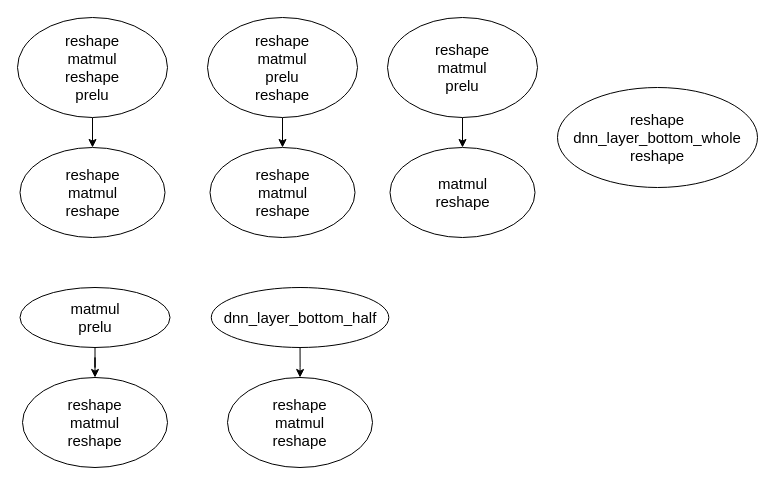
This is delay.drawio from ABigDoge/MyDiagrams, a draw.io file, before an edit. Source tidied: cells renumbered, new cells numbered last; positions are measured from the earlier drawing's top-left corner, leaving out a move shared by most shapes. Both pictures are drawn from the tidied source at 100%, with x=0, y=0 at pixel (17, 17).
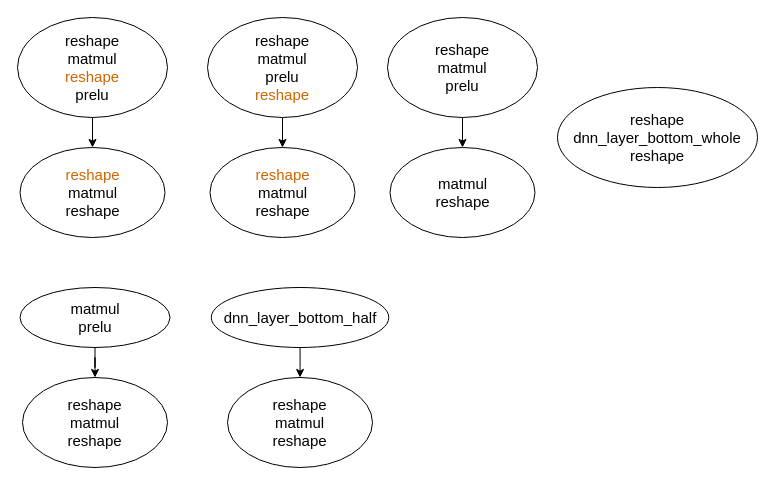
After the change.

Diff of the diagram source:
```diff
@@
 <mxGraphModel>
   <root>
     <mxCell id="0" />
     <mxCell id="1" parent="0" />
     <mxCell id="2" style="edgeStyle=orthogonalEdgeStyle;rounded=0;jettySize=auto;html=1;" parent="1" edge="1" source="3" target="4">
       <mxGeometry relative="1" as="geometry" />
     </mxCell>
-    <mxCell id="3" value="&lt;font style=&quot;font-size: 15px;&quot;&gt;reshape&lt;/font&gt;&lt;div&gt;&lt;font style=&quot;font-size: 15px;&quot;&gt;matmul&lt;/font&gt;&lt;/div&gt;&lt;div&gt;&lt;font style=&quot;font-size: 15px;&quot;&gt;reshape&lt;/font&gt;&lt;/div&gt;&lt;div&gt;&lt;font style=&quot;font-size: 15px;&quot;&gt;prelu&lt;/font&gt;&lt;/div&gt;" style="ellipse;whiteSpace=wrap;html=1;" parent="1" vertex="1">
+    <mxCell id="3" value="&lt;font style=&quot;font-size: 15px;&quot;&gt;reshape&lt;/font&gt;&lt;div&gt;&lt;font style=&quot;font-size: 15px;&quot;&gt;matmul&lt;/font&gt;&lt;/div&gt;&lt;div&gt;&lt;font style=&quot;font-size: 15px; color: rgb(204, 102, 0);&quot;&gt;reshape&lt;/font&gt;&lt;/div&gt;&lt;div&gt;&lt;font style=&quot;font-size: 15px;&quot;&gt;prelu&lt;/font&gt;&lt;/div&gt;" style="ellipse;whiteSpace=wrap;html=1;" parent="1" vertex="1">
       <mxGeometry width="150" height="100" as="geometry" />
     </mxCell>
-    <mxCell id="4" value="&lt;font style=&quot;font-size: 15px;&quot;&gt;reshape&lt;/font&gt;&lt;div&gt;&lt;font style=&quot;font-size: 15px;&quot;&gt;matmul&lt;/font&gt;&lt;/div&gt;&lt;div&gt;&lt;font style=&quot;font-size: 15px;&quot;&gt;reshape&lt;/font&gt;&lt;/div&gt;" style="ellipse;whiteSpace=wrap;html=1;" parent="1" vertex="1">
+    <mxCell id="4" value="&lt;font style=&quot;font-size: 15px; color: rgb(204, 102, 0);&quot;&gt;reshape&lt;/font&gt;&lt;div&gt;&lt;font style=&quot;font-size: 15px;&quot;&gt;matmul&lt;/font&gt;&lt;/div&gt;&lt;div&gt;&lt;font style=&quot;font-size: 15px;&quot;&gt;reshape&lt;/font&gt;&lt;/div&gt;" style="ellipse;whiteSpace=wrap;html=1;" parent="1" vertex="1">
       <mxGeometry x="2.5" y="130" width="145" height="90" as="geometry" />
     </mxCell>
     <mxCell id="5" style="edgeStyle=orthogonalEdgeStyle;rounded=0;jettySize=auto;html=1;" parent="1" edge="1" source="6" target="7">
       <mxGeometry relative="1" as="geometry" />
     </mxCell>
-    <mxCell id="6" value="&lt;font style=&quot;font-size: 15px;&quot;&gt;reshape&lt;/font&gt;&lt;div&gt;&lt;font style=&quot;font-size: 15px;&quot;&gt;matmul&lt;/font&gt;&lt;/div&gt;&lt;div&gt;&lt;font style=&quot;font-size: 15px;&quot;&gt;prelu&lt;/font&gt;&lt;/div&gt;&lt;div&gt;&lt;font style=&quot;font-size: 15px;&quot;&gt;reshape&lt;/font&gt;&lt;/div&gt;" style="ellipse;whiteSpace=wrap;html=1;" parent="1" vertex="1">
+    <mxCell id="6" value="&lt;font style=&quot;font-size: 15px;&quot;&gt;reshape&lt;/font&gt;&lt;div&gt;&lt;font style=&quot;font-size: 15px;&quot;&gt;matmul&lt;/font&gt;&lt;/div&gt;&lt;div&gt;&lt;font style=&quot;font-size: 15px;&quot;&gt;prelu&lt;/font&gt;&lt;/div&gt;&lt;div&gt;&lt;font style=&quot;font-size: 15px; color: rgb(204, 102, 0);&quot;&gt;reshape&lt;/font&gt;&lt;/div&gt;" style="ellipse;whiteSpace=wrap;html=1;" parent="1" vertex="1">
       <mxGeometry x="190" width="150" height="100" as="geometry" />
     </mxCell>
-    <mxCell id="7" value="&lt;font style=&quot;font-size: 15px;&quot;&gt;reshape&lt;/font&gt;&lt;div&gt;&lt;font style=&quot;font-size: 15px;&quot;&gt;matmul&lt;/font&gt;&lt;/div&gt;&lt;div&gt;&lt;font style=&quot;font-size: 15px;&quot;&gt;reshape&lt;/font&gt;&lt;/div&gt;" style="ellipse;whiteSpace=wrap;html=1;" parent="1" vertex="1">
+    <mxCell id="7" value="&lt;font style=&quot;font-size: 15px; color: rgb(204, 102, 0);&quot;&gt;reshape&lt;/font&gt;&lt;div&gt;&lt;font style=&quot;font-size: 15px;&quot;&gt;matmul&lt;/font&gt;&lt;/div&gt;&lt;div&gt;&lt;font style=&quot;font-size: 15px;&quot;&gt;reshape&lt;/font&gt;&lt;/div&gt;" style="ellipse;whiteSpace=wrap;html=1;" parent="1" vertex="1">
       <mxGeometry x="192.5" y="130" width="145" height="90" as="geometry" />
     </mxCell>
     <mxCell id="8" style="edgeStyle=orthogonalEdgeStyle;rounded=0;jettySize=auto;html=1;" parent="1" edge="1" source="9" target="10">
       <mxGeometry relative="1" as="geometry" />
     </mxCell>
     <mxCell id="9" value="&lt;font style=&quot;font-size: 15px;&quot;&gt;reshape&lt;/font&gt;&lt;div&gt;&lt;font style=&quot;font-size: 15px;&quot;&gt;matmul&lt;/font&gt;&lt;/div&gt;&lt;div&gt;&lt;font style=&quot;font-size: 15px;&quot;&gt;prelu&lt;/font&gt;&lt;/div&gt;" style="ellipse;whiteSpace=wrap;html=1;" parent="1" vertex="1">
       <mxGeometry x="370" width="150" height="100" as="geometry" />
     </mxCell>
     <mxCell id="10" value="&lt;div&gt;&lt;font style=&quot;font-size: 15px;&quot;&gt;matmul&lt;/font&gt;&lt;/div&gt;&lt;div&gt;&lt;font style=&quot;font-size: 15px;&quot;&gt;reshape&lt;/font&gt;&lt;/div&gt;" style="ellipse;whiteSpace=wrap;html=1;" parent="1" vertex="1">
       <mxGeometry x="372.5" y="130" width="145" height="90" as="geometry" />
     </mxCell>
     <mxCell id="11" value="&lt;font style=&quot;font-size: 15px;&quot;&gt;reshape&lt;/font&gt;&lt;div&gt;&lt;font style=&quot;font-size: 15px;&quot;&gt;dnn_layer_bottom_whole&lt;/font&gt;&lt;/div&gt;&lt;div&gt;&lt;font style=&quot;font-size: 15px;&quot;&gt;reshape&lt;/font&gt;&lt;/div&gt;" style="ellipse;whiteSpace=wrap;html=1;" parent="1" vertex="1">
       <mxGeometry x="540" y="70" width="200" height="100" as="geometry" />
     </mxCell>
     <mxCell id="12" style="edgeStyle=orthogonalEdgeStyle;rounded=0;jettySize=auto;html=1;" parent="1" edge="1" source="13" target="14">
       <mxGeometry relative="1" as="geometry" />
     </mxCell>
     <mxCell id="13" value="&lt;div&gt;&lt;font style=&quot;font-size: 15px;&quot;&gt;matmul&lt;/font&gt;&lt;/div&gt;&lt;div&gt;&lt;font style=&quot;font-size: 15px;&quot;&gt;prelu&lt;/font&gt;&lt;/div&gt;" style="ellipse;whiteSpace=wrap;html=1;" parent="1" vertex="1">
       <mxGeometry x="2.5" y="270" width="150" height="60" as="geometry" />
     </mxCell>
     <mxCell id="14" value="&lt;font style=&quot;font-size: 15px;&quot;&gt;reshape&lt;/font&gt;&lt;div&gt;&lt;font style=&quot;font-size: 15px;&quot;&gt;matmul&lt;/font&gt;&lt;/div&gt;&lt;div&gt;&lt;font style=&quot;font-size: 15px;&quot;&gt;reshape&lt;/font&gt;&lt;/div&gt;" style="ellipse;whiteSpace=wrap;html=1;" parent="1" vertex="1">
       <mxGeometry x="5" y="360" width="145" height="90" as="geometry" />
     </mxCell>
     <mxCell id="15" style="edgeStyle=orthogonalEdgeStyle;rounded=0;jettySize=auto;html=1;" parent="1" edge="1" source="16" target="17">
       <mxGeometry relative="1" as="geometry" />
     </mxCell>
     <mxCell id="16" value="&lt;div&gt;&lt;span style=&quot;font-size: 15px;&quot;&gt;dnn_layer_bottom_half&lt;/span&gt;&lt;/div&gt;" style="ellipse;whiteSpace=wrap;html=1;" parent="1" vertex="1">
       <mxGeometry x="193.8" y="270" width="177.5" height="60" as="geometry" />
     </mxCell>
     <mxCell id="17" value="&lt;font style=&quot;font-size: 15px;&quot;&gt;reshape&lt;/font&gt;&lt;div&gt;&lt;font style=&quot;font-size: 15px;&quot;&gt;matmul&lt;/font&gt;&lt;/div&gt;&lt;div&gt;&lt;font style=&quot;font-size: 15px;&quot;&gt;reshape&lt;/font&gt;&lt;/div&gt;" style="ellipse;whiteSpace=wrap;html=1;" parent="1" vertex="1">
       <mxGeometry x="210" y="360" width="145" height="90" as="geometry" />
     </mxCell>
   </root>
 </mxGraphModel>
```
